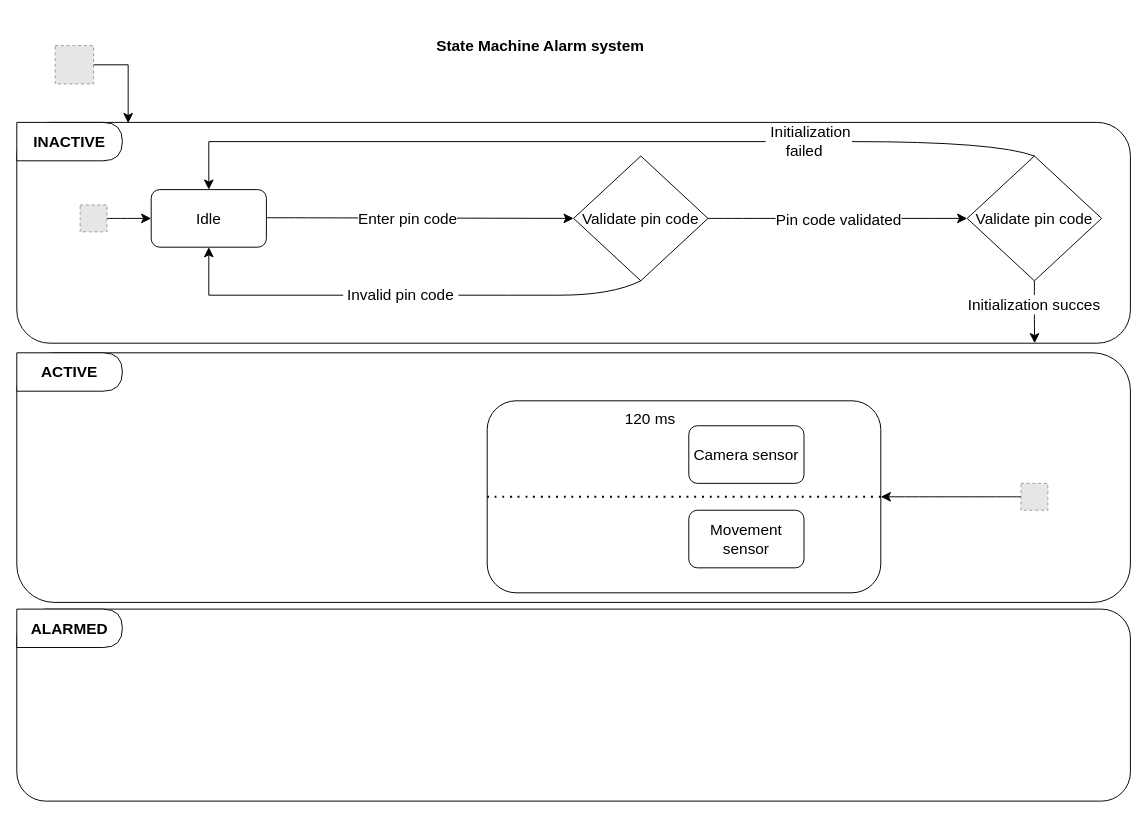
Andreas-Bugge/HW-SW keeps this draw.io diagram as stateMachines_alarmSystem.drawio. Above is the earlier version. Source tidied: cells renumbered, new cells numbered last; positions are measured from the earlier drawing's top-left corner, leaving out a move shared by most shapes. Both pictures are drawn from the tidied source at 96%, with x=0, y=0 at pixel (16, 16). Pictures stored in the file or linked from it are replaced by grey dashed boxes.
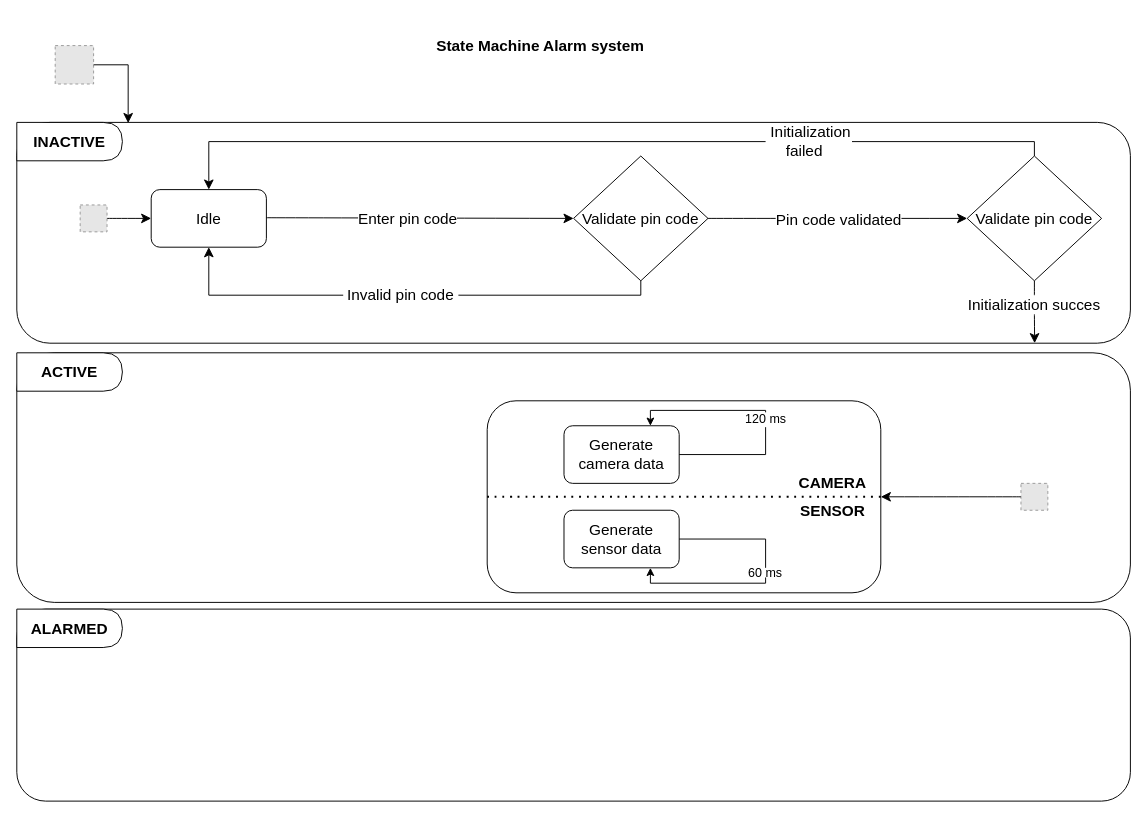
The same page after the edit.

The change refers to these unchanged cells:
```xml
<mxCell id="13" value="Validate pin code" style="rhombus;whiteSpace=wrap;html=1;fontSize=16;" parent="1" vertex="1">
  <mxGeometry x="580" y="145" width="140" height="130" as="geometry" />
</mxCell>
<mxCell id="14" value="Invalid pin code" style="text;html=1;strokeColor=none;fillColor=none;align=center;verticalAlign=middle;whiteSpace=wrap;rounded=0;fontSize=16;" parent="1" vertex="1">
  <mxGeometry x="340" y="275" width="120" height="30" as="geometry" />
</mxCell>
<mxCell id="21" value="&amp;nbsp;Initialization failed&amp;nbsp;&amp;nbsp;" style="text;html=1;strokeColor=none;fillColor=none;align=center;verticalAlign=middle;whiteSpace=wrap;rounded=0;fontSize=16;" parent="1" vertex="1">
  <mxGeometry x="780" y="115" width="90" height="30" as="geometry" />
</mxCell>
<mxCell id="22" value="Validate pin code" style="rhombus;whiteSpace=wrap;html=1;fontSize=16;" parent="1" vertex="1">
  <mxGeometry x="990" y="145" width="140" height="130" as="geometry" />
</mxCell>
```

Diff of the diagram source:
```diff
@@
-    <mxCell id="23" style="endArrow=none;html=1;rounded=0;fontSize=12;startSize=8;endSize=8;curved=1;entryX=0.5;entryY=1;entryDx=0;entryDy=0;exitX=1;exitY=0.5;exitDx=0;exitDy=0;" parent="1" edge="1" source="14" target="13">
-      <mxGeometry relative="1" as="geometry">
-        <Array as="points">
-          <mxPoint x="510" y="290" />
-          <mxPoint x="620" y="290" />
-        </Array>
-      </mxGeometry>
-    </mxCell>
-    <mxCell id="24" style="endArrow=none;html=1;rounded=0;fontSize=12;startSize=8;endSize=8;curved=1;entryX=0.5;entryY=0;entryDx=0;entryDy=0;exitX=1;exitY=0.5;exitDx=0;exitDy=0;" parent="1" edge="1" source="21" target="22">
-      <mxGeometry relative="1" as="geometry">
-        <Array as="points">
-          <mxPoint x="1020" y="130" />
-        </Array>
-      </mxGeometry>
-    </mxCell>
@@
-    <mxCell id="33" value="Movement sensor" style="rounded=1;whiteSpace=wrap;html=1;fontSize=16;" parent="1" vertex="1">
-      <mxGeometry x="700" y="514" width="120" height="60" as="geometry" />
+    <mxCell id="33" value="Generate sensor data" style="rounded=1;whiteSpace=wrap;html=1;fontSize=16;" parent="1" vertex="1">
+      <mxGeometry x="570" y="514" width="120" height="60" as="geometry" />
     </mxCell>
-    <mxCell id="34" value="Camera sensor" style="rounded=1;whiteSpace=wrap;html=1;fontSize=16;" parent="1" vertex="1">
-      <mxGeometry x="700" y="426" width="120" height="60" as="geometry" />
+    <mxCell id="34" value="Generate camera data" style="rounded=1;whiteSpace=wrap;html=1;fontSize=16;" parent="1" vertex="1">
+      <mxGeometry x="570" y="426" width="120" height="60" as="geometry" />
     </mxCell>
-    <mxCell id="35" value="120 ms" style="text;html=1;strokeColor=none;fillColor=none;align=center;verticalAlign=middle;whiteSpace=wrap;rounded=0;fontSize=16;" parent="1" vertex="1">
-      <mxGeometry x="630" y="404" width="60" height="30" as="geometry" />
+    <mxCell id="35" value="&lt;font style=&quot;font-size: 13px;&quot;&gt;120 ms&lt;/font&gt;" style="text;html=1;strokeColor=none;fillColor=none;align=center;verticalAlign=middle;whiteSpace=wrap;rounded=0;fontSize=12;" parent="1" vertex="1">
+      <mxGeometry x="757.5" y="412" width="45" height="14" as="geometry" />
     </mxCell>
+    <mxCell id="36" value="&lt;font style=&quot;font-size: 13px;&quot;&gt;60 ms&lt;/font&gt;" style="text;html=1;strokeColor=none;fillColor=none;align=center;verticalAlign=middle;whiteSpace=wrap;rounded=0;fontSize=12;" parent="1" vertex="1">
+      <mxGeometry x="760" y="574" width="40" height="10" as="geometry" />
+    </mxCell>
+    <mxCell id="37" style="endArrow=none;html=1;rounded=0;entryX=0.5;entryY=1.104;entryDx=0;entryDy=0;exitX=1;exitY=0.5;exitDx=0;exitDy=0;entryPerimeter=0;" parent="1" edge="1" source="34" target="35">
+      <mxGeometry relative="1" as="geometry">
+        <Array as="points">
+          <mxPoint x="780" y="456" />
+        </Array>
+      </mxGeometry>
+    </mxCell>
+    <mxCell id="38" value="&lt;b&gt;&lt;font style=&quot;font-size: 16px;&quot;&gt;SENSOR&lt;/font&gt;&lt;/b&gt;" style="text;html=1;strokeColor=none;fillColor=none;align=center;verticalAlign=middle;whiteSpace=wrap;rounded=0;" parent="1" vertex="1">
+      <mxGeometry x="820" y="500" width="60" height="30" as="geometry" />
+    </mxCell>
+    <mxCell id="39" style="endArrow=none;html=1;rounded=0;exitX=1;exitY=0.5;exitDx=0;exitDy=0;entryX=0.5;entryY=0;entryDx=0;entryDy=0;" parent="1" edge="1" source="33" target="36">
+      <mxGeometry relative="1" as="geometry">
+        <Array as="points">
+          <mxPoint x="780" y="544" />
+        </Array>
+      </mxGeometry>
+    </mxCell>
+    <mxCell id="40" style="endArrow=classic;html=1;rounded=0;exitX=0.5;exitY=1;exitDx=0;exitDy=0;entryX=0.75;entryY=1;entryDx=0;entryDy=0;" parent="1" edge="1" source="36" target="33">
+      <mxGeometry relative="1" as="geometry">
+        <Array as="points">
+          <mxPoint x="780" y="590" />
+          <mxPoint x="660" y="590" />
+        </Array>
+      </mxGeometry>
+    </mxCell>
+    <mxCell id="41" value="&lt;b&gt;&lt;font style=&quot;font-size: 16px;&quot;&gt;CAMERA&lt;/font&gt;&lt;/b&gt;" style="text;html=1;strokeColor=none;fillColor=none;align=center;verticalAlign=middle;whiteSpace=wrap;rounded=0;" parent="1" vertex="1">
+      <mxGeometry x="820" y="470" width="60" height="30" as="geometry" />
+    </mxCell>
+    <mxCell id="23" style="endArrow=none;html=1;rounded=0;entryX=0.5;entryY=1;entryDx=0;entryDy=0;exitX=1;exitY=0.5;exitDx=0;exitDy=0;" parent="1" edge="1" source="14" target="13">
+      <mxGeometry relative="1" as="geometry">
+        <Array as="points">
+          <mxPoint x="650" y="290" />
+        </Array>
+      </mxGeometry>
+    </mxCell>
+    <mxCell id="24" style="endArrow=none;html=1;rounded=0;entryX=0.5;entryY=0;entryDx=0;entryDy=0;exitX=1;exitY=0.5;exitDx=0;exitDy=0;" parent="1" edge="1" source="21" target="22">
+      <mxGeometry relative="1" as="geometry">
+        <Array as="points">
+          <mxPoint x="1060" y="130" />
+        </Array>
+      </mxGeometry>
+    </mxCell>
+    <mxCell id="42" style="endArrow=classic;html=1;rounded=0;entryX=0.75;entryY=0;entryDx=0;entryDy=0;exitX=0.5;exitY=0;exitDx=0;exitDy=0;" parent="1" edge="1" source="35" target="34">
+      <mxGeometry relative="1" as="geometry">
+        <Array as="points">
+          <mxPoint x="780" y="410" />
+          <mxPoint x="660" y="410" />
+        </Array>
+      </mxGeometry>
+    </mxCell>
```
